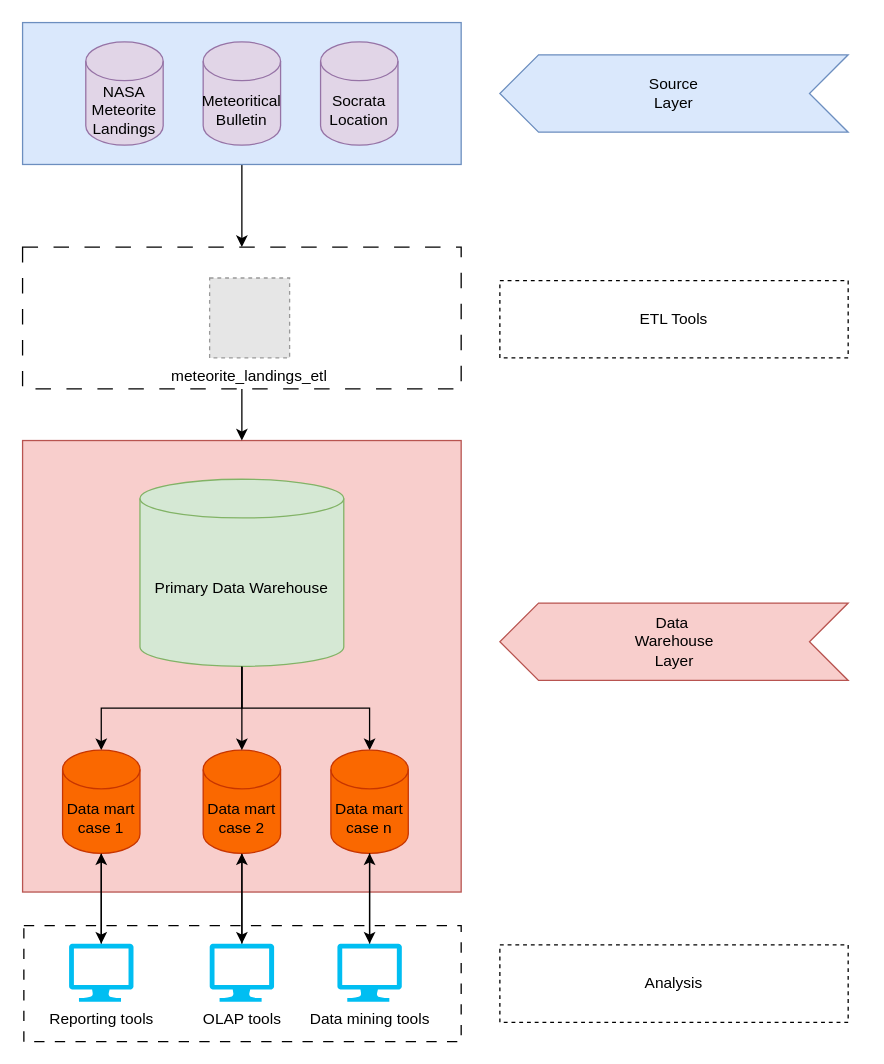
Above: images/system_architecture.drawio in giusvale-dev/dm_project (draw.io), before the change. Source tidied: cells renumbered, new cells numbered last; positions are measured from the earlier drawing's top-left corner, leaving out a move shared by most shapes. Both pictures are drawn from the tidied source at 129%, with x=0, y=0 at pixel (22, 22). Pictures stored in the file or linked from it are replaced by grey dashed boxes.
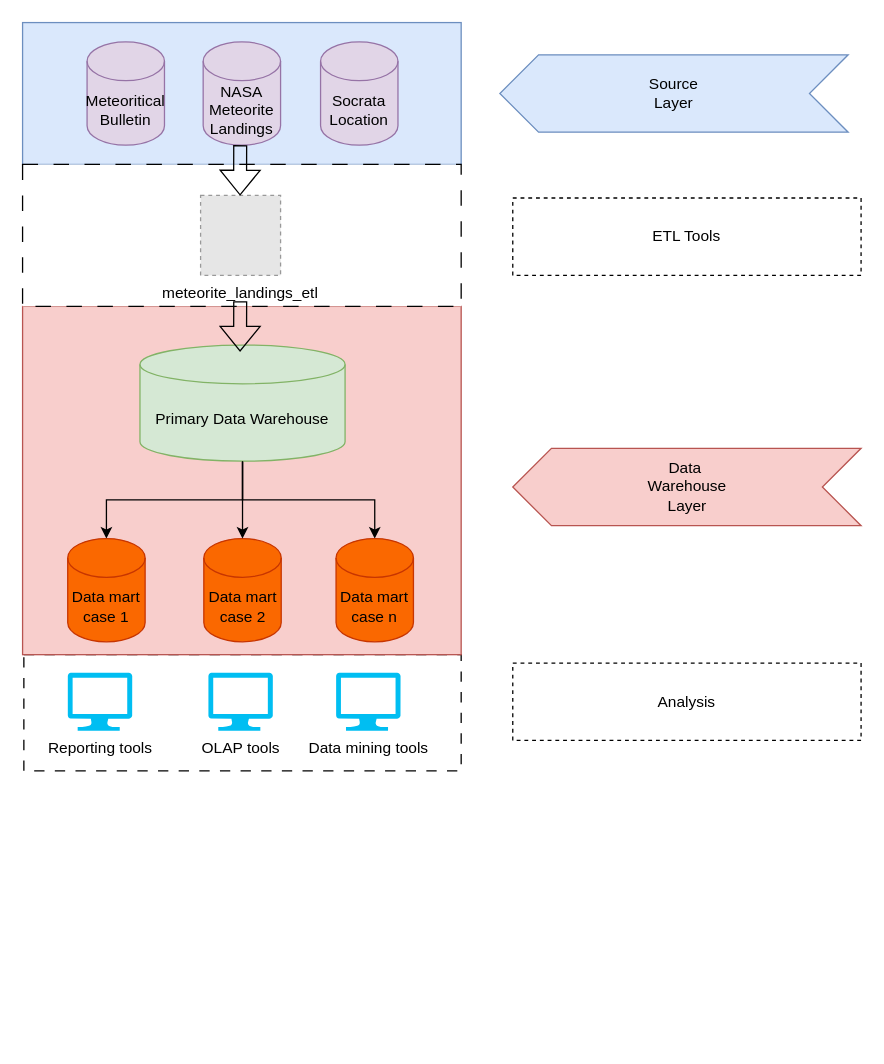
The same page after the edit.

Commit message (it also covers changes not shown here):
Added star schema and the Extractor process documentation

Unchanged cells that the change refers to:
```xml
<mxCell id="5" style="rounded=0;whiteSpace=wrap;html=1;fillColor=#dae8fc;strokeColor=#6c8ebf;" parent="1" vertex="1">
  <mxGeometry width="340" height="110" as="geometry" />
</mxCell>
```

The edit, as a diff of the source:
```diff
@@
     <mxCell id="2" style="rounded=0;whiteSpace=wrap;html=1;dashed=1;dashPattern=8 8;" parent="1" vertex="1">
-      <mxGeometry x="1" y="700" width="339" height="90" as="geometry" />
+      <mxGeometry x="1" y="490" width="339" height="90" as="geometry" />
     </mxCell>
     <mxCell id="3" style="rounded=0;whiteSpace=wrap;html=1;fillColor=#f8cecc;strokeColor=#b85450;" parent="1" vertex="1">
-      <mxGeometry y="324" width="340" height="350" as="geometry" />
+      <mxGeometry y="220" width="340" height="270" as="geometry" />
     </mxCell>
-    <mxCell id="4" style="edgeStyle=orthogonalEdgeStyle;rounded=0;jettySize=auto;html=1;entryX=0.5;entryY=0;entryDx=0;entryDy=0;" parent="1" edge="1" source="5" target="7">
-      <mxGeometry relative="1" as="geometry" />
-    </mxCell>
@@
-    <mxCell id="6" style="edgeStyle=orthogonalEdgeStyle;rounded=0;jettySize=auto;html=1;" parent="1" edge="1" source="7">
-      <mxGeometry relative="1" as="geometry">
-        <mxPoint x="170" y="324" as="targetPoint" />
-      </mxGeometry>
-    </mxCell>
     <mxCell id="7" style="rounded=0;whiteSpace=wrap;html=1;dashed=1;dashPattern=12 12;" parent="1" vertex="1">
-      <mxGeometry y="174" width="340" height="110" as="geometry" />
+      <mxGeometry y="110" width="340" height="110" as="geometry" />
     </mxCell>
     <mxCell id="8" value="NASA Meteorite Landings" style="shape=cylinder3;whiteSpace=wrap;html=1;boundedLbl=1;backgroundOutline=1;size=15;fillColor=#e1d5e7;strokeColor=#9673a6;" parent="1" vertex="1">
-      <mxGeometry x="49" y="15" width="60" height="80" as="geometry" />
+      <mxGeometry x="140" y="15" width="60" height="80" as="geometry" />
     </mxCell>
     <mxCell id="9" value="Meteoritical Bulletin" style="shape=cylinder3;whiteSpace=wrap;html=1;boundedLbl=1;backgroundOutline=1;size=15;fillColor=#e1d5e7;strokeColor=#9673a6;" parent="1" vertex="1">
-      <mxGeometry x="140" y="15" width="60" height="80" as="geometry" />
+      <mxGeometry x="50" y="15" width="60" height="80" as="geometry" />
     </mxCell>
     <mxCell id="10" value="meteorite_landings_etl" style="fillColor=#E6E6E6;strokeColor=#999999;dashed=1;verticalLabelPosition=bottom;labelBackgroundColor=default;verticalAlign=top;" parent="1" vertex="1">
-      <mxGeometry x="145" y="198" width="62" height="62" as="geometry" />
+      <mxGeometry x="138" y="134" width="62" height="62" as="geometry" />
     </mxCell>
@@
     <mxCell id="14" value="Primary Data Warehouse" style="shape=cylinder3;whiteSpace=wrap;html=1;boundedLbl=1;backgroundOutline=1;size=15;fillColor=#d5e8d4;strokeColor=#82b366;" parent="1" vertex="1">
-      <mxGeometry x="91" y="354" width="158" height="145" as="geometry" />
+      <mxGeometry x="91" y="250" width="159" height="90" as="geometry" />
     </mxCell>
-    <mxCell id="15" style="edgeStyle=orthogonalEdgeStyle;rounded=0;jettySize=auto;html=1;" parent="1" edge="1" source="16" target="21">
-      <mxGeometry relative="1" as="geometry" />
-    </mxCell>
     <mxCell id="16" value="Data mart case 1" style="shape=cylinder3;whiteSpace=wrap;html=1;boundedLbl=1;backgroundOutline=1;size=15;fillColor=#fa6800;fontColor=#000000;strokeColor=#C73500;" parent="1" vertex="1">
-      <mxGeometry x="31" y="564" width="60" height="80" as="geometry" />
+      <mxGeometry x="35" y="400" width="60" height="80" as="geometry" />
     </mxCell>
-    <mxCell id="17" style="edgeStyle=orthogonalEdgeStyle;rounded=0;jettySize=auto;html=1;" parent="1" edge="1" source="18" target="23">
-      <mxGeometry relative="1" as="geometry" />
-    </mxCell>
     <mxCell id="18" value="Data mart case 2" style="shape=cylinder3;whiteSpace=wrap;html=1;boundedLbl=1;backgroundOutline=1;size=15;fillColor=#fa6800;fontColor=#000000;strokeColor=#C73500;" parent="1" vertex="1">
-      <mxGeometry x="140" y="564" width="60" height="80" as="geometry" />
+      <mxGeometry x="140.5" y="400" width="60" height="80" as="geometry" />
     </mxCell>
     <mxCell id="19" value="Data mart case n" style="shape=cylinder3;whiteSpace=wrap;html=1;boundedLbl=1;backgroundOutline=1;size=15;fillColor=#fa6800;fontColor=#000000;strokeColor=#C73500;" parent="1" vertex="1">
-      <mxGeometry x="239" y="564" width="60" height="80" as="geometry" />
+      <mxGeometry x="243" y="400" width="60" height="80" as="geometry" />
     </mxCell>
-    <mxCell id="20" style="edgeStyle=orthogonalEdgeStyle;rounded=0;jettySize=auto;html=1;" parent="1" edge="1" source="21" target="16">
-      <mxGeometry relative="1" as="geometry" />
-    </mxCell>
     <mxCell id="21" value="Reporting tools" style="verticalLabelPosition=bottom;html=1;verticalAlign=top;align=center;strokeColor=none;fillColor=#00BEF2;shape=mxgraph.azure.computer;" parent="1" vertex="1">
-      <mxGeometry x="36" y="714" width="50" height="45" as="geometry" />
+      <mxGeometry x="35" y="504" width="50" height="45" as="geometry" />
     </mxCell>
-    <mxCell id="22" style="edgeStyle=orthogonalEdgeStyle;rounded=0;jettySize=auto;html=1;" parent="1" edge="1" source="23" target="18">
-      <mxGeometry relative="1" as="geometry" />
-    </mxCell>
     <mxCell id="23" value="OLAP tools" style="verticalLabelPosition=bottom;html=1;verticalAlign=top;align=center;strokeColor=none;fillColor=#00BEF2;shape=mxgraph.azure.computer;" parent="1" vertex="1">
-      <mxGeometry x="145" y="714" width="50" height="45" as="geometry" />
+      <mxGeometry x="144" y="504" width="50" height="45" as="geometry" />
     </mxCell>
-    <mxCell id="24" style="edgeStyle=orthogonalEdgeStyle;rounded=0;jettySize=auto;html=1;" parent="1" edge="1" source="25" target="19">
-      <mxGeometry relative="1" as="geometry" />
-    </mxCell>
     <mxCell id="25" value="Data mining tools" style="verticalLabelPosition=bottom;html=1;verticalAlign=top;align=center;strokeColor=none;fillColor=#00BEF2;shape=mxgraph.azure.computer;" parent="1" vertex="1">
-      <mxGeometry x="244" y="714" width="50" height="45" as="geometry" />
+      <mxGeometry x="243" y="504" width="50" height="45" as="geometry" />
     </mxCell>
-    <mxCell id="26" style="edgeStyle=orthogonalEdgeStyle;rounded=0;jettySize=auto;html=1;entryX=0.5;entryY=0;entryDx=0;entryDy=0;entryPerimeter=0;" parent="1" edge="1" source="19" target="25">
-      <mxGeometry relative="1" as="geometry" />
-    </mxCell>
@@
     <mxCell id="30" style="html=1;shadow=0;dashed=0;align=center;verticalAlign=middle;shape=mxgraph.arrows2.arrow;dy=0;dx=30;notch=30;rotation=-180;fillColor=#f8cecc;strokeColor=#b85450;" parent="1" vertex="1">
-      <mxGeometry x="370" y="450" width="270" height="60" as="geometry" />
+      <mxGeometry x="380" y="330" width="270" height="60" as="geometry" />
     </mxCell>
     <mxCell id="31" value="Data&amp;nbsp;&lt;div&gt;Warehouse Layer&lt;/div&gt;" style="text;html=1;align=center;verticalAlign=middle;whiteSpace=wrap;rounded=0;" parent="1" vertex="1">
-      <mxGeometry x="457.5" y="465" width="95" height="30" as="geometry" />
+      <mxGeometry x="467.5" y="345" width="95" height="30" as="geometry" />
     </mxCell>
     <mxCell id="32" value="ETL Tools" style="rounded=0;whiteSpace=wrap;html=1;dashed=1;" parent="1" vertex="1">
-      <mxGeometry x="370" y="200" width="270" height="60" as="geometry" />
+      <mxGeometry x="380" y="136" width="270" height="60" as="geometry" />
     </mxCell>
     <mxCell id="33" value="Analysis" style="rounded=0;whiteSpace=wrap;html=1;dashed=1;" parent="1" vertex="1">
-      <mxGeometry x="370" y="715" width="270" height="60" as="geometry" />
+      <mxGeometry x="380" y="496.5" width="270" height="60" as="geometry" />
     </mxCell>
+    <mxCell id="34" style="shape=flexArrow;endArrow=classic;html=1;rounded=0;" parent="1" edge="1">
+      <mxGeometry relative="1" as="geometry">
+        <mxPoint x="168.7" y="95" as="sourcePoint" />
+        <mxPoint x="168.6" y="134" as="targetPoint" />
+      </mxGeometry>
+    </mxCell>
+    <mxCell id="35" style="shape=flexArrow;endArrow=classic;html=1;rounded=0;" parent="1" edge="1">
+      <mxGeometry relative="1" as="geometry">
+        <mxPoint x="168.7" y="216" as="sourcePoint" />
+        <mxPoint x="168.6" y="255" as="targetPoint" />
+      </mxGeometry>
+    </mxCell>
```
